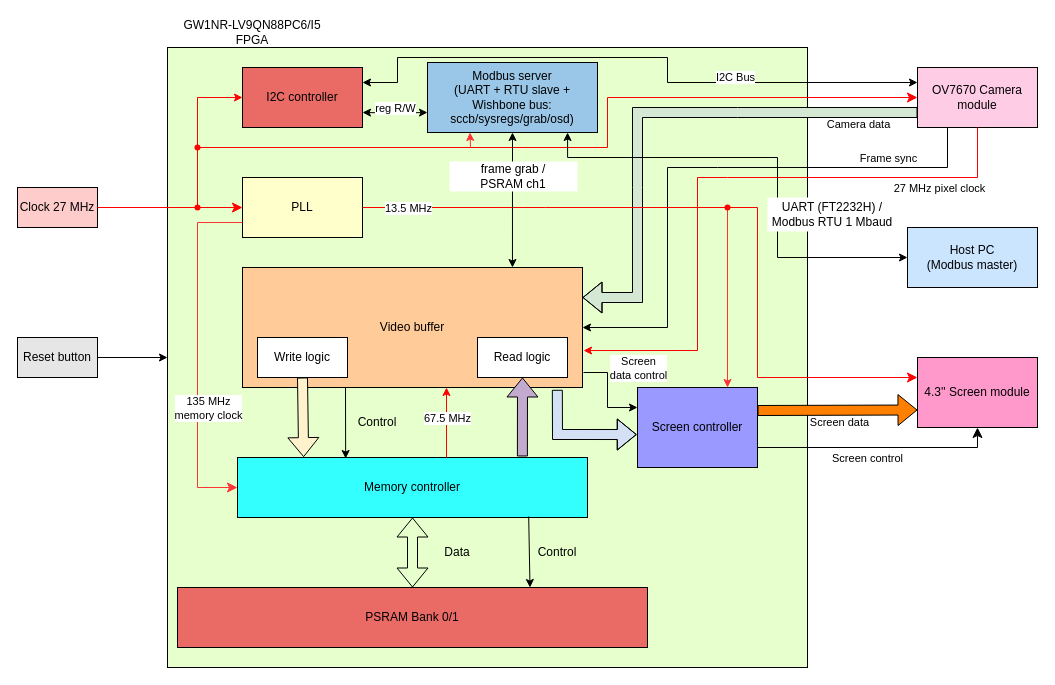
phoenix367/tang_nano_9K_ov7670 keeps this draw.io diagram as doc/system_structure.drawio. Above is the earlier version. Source tidied: cells renumbered, new cells numbered last; positions are measured from the earlier drawing's top-left corner, leaving out a move shared by most shapes. Both pictures are drawn from the tidied source at 100%, with x=0, y=0 at pixel (17, 17).
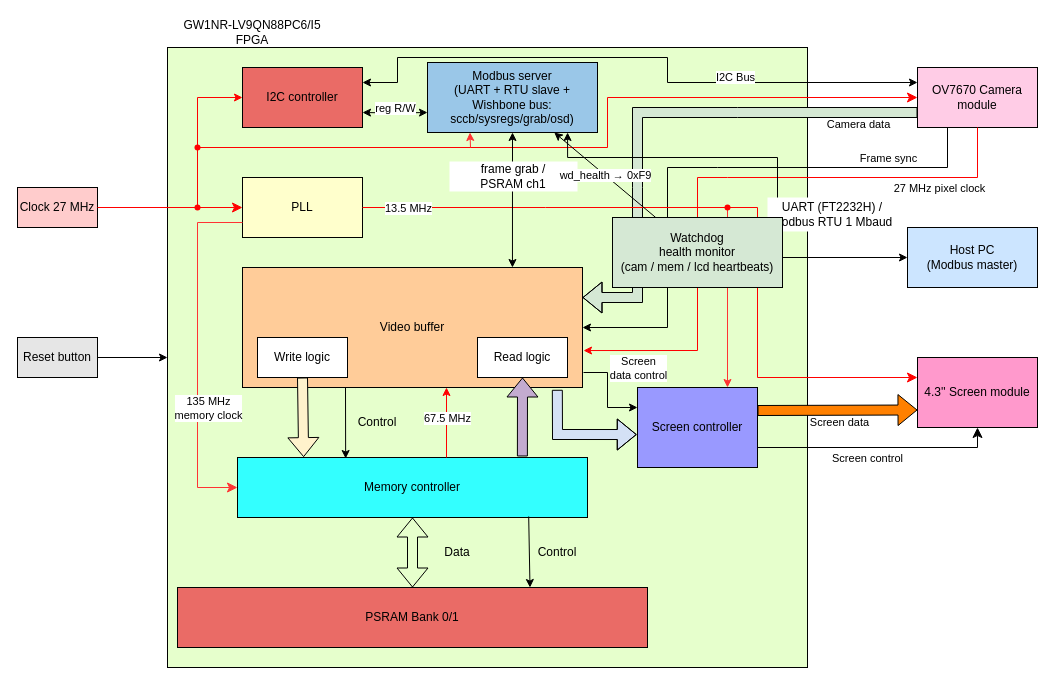
Above is the later version.

Commit message (it also covers changes not shown here):
docs: add watchdog health monitor to the system diagrams

Show the watchdog on both high-level views: a box in
doc/system_structure.drawio (re-exported PNG) wired to the Modbus server via
wd_health -> 0xF9, and a node in the README mermaid taking cam/mem/lcd
heartbeats and feeding wb_sysregs (0xF9) + debug_led.

Unchanged cells that the change refers to:
```xml
<mxCell id="54" value="Modbus server&lt;br&gt;(UART + RTU slave +&lt;br&gt;Wishbone bus: sccb/sysregs/grab/osd)" style="rounded=0;whiteSpace=wrap;html=1;fillColor=#9AC7E8;" parent="1" vertex="1">
  <mxGeometry x="410" y="45" width="170" height="70" as="geometry" />
</mxCell>
```

The edit, as a diff of the source:
```diff
@@
+    <mxCell id="66" value="Watchdog&lt;br&gt;health monitor&lt;br&gt;(cam / mem / lcd heartbeats)" style="rounded=0;whiteSpace=wrap;html=1;fillColor=#D5E8D4;" parent="1" vertex="1">
+      <mxGeometry x="595" y="200" width="170" height="70" as="geometry" />
+    </mxCell>
+    <mxCell id="67" value="wd_health → 0xF9" style="endArrow=classic;html=1;rounded=0;" parent="1" edge="1" source="66" target="54">
+      <mxGeometry relative="1" as="geometry" />
+    </mxCell>
```
